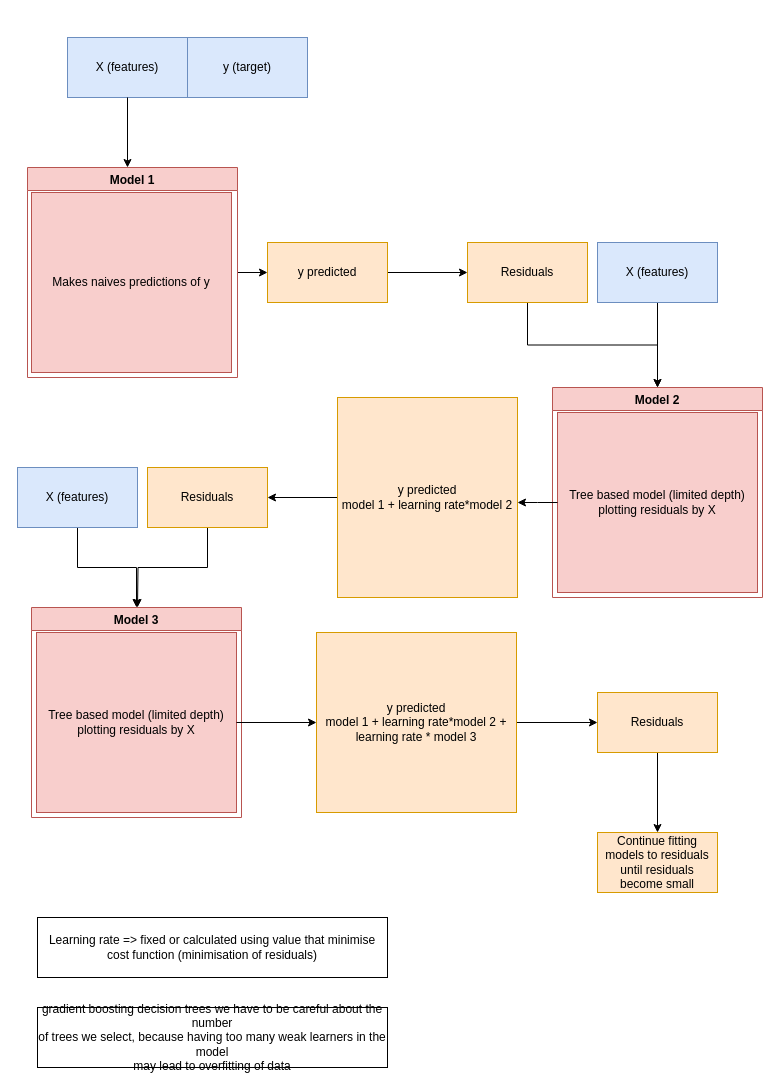
Above: boosting.drawio in RaphaelBouvet/memos_ml (draw.io), before the change. Source tidied: cells renumbered, new cells numbered last; positions are measured from the earlier drawing's top-left corner, leaving out a move shared by most shapes. Both pictures are drawn from the tidied source at 100%, with x=0, y=0 at pixel (17, 37).
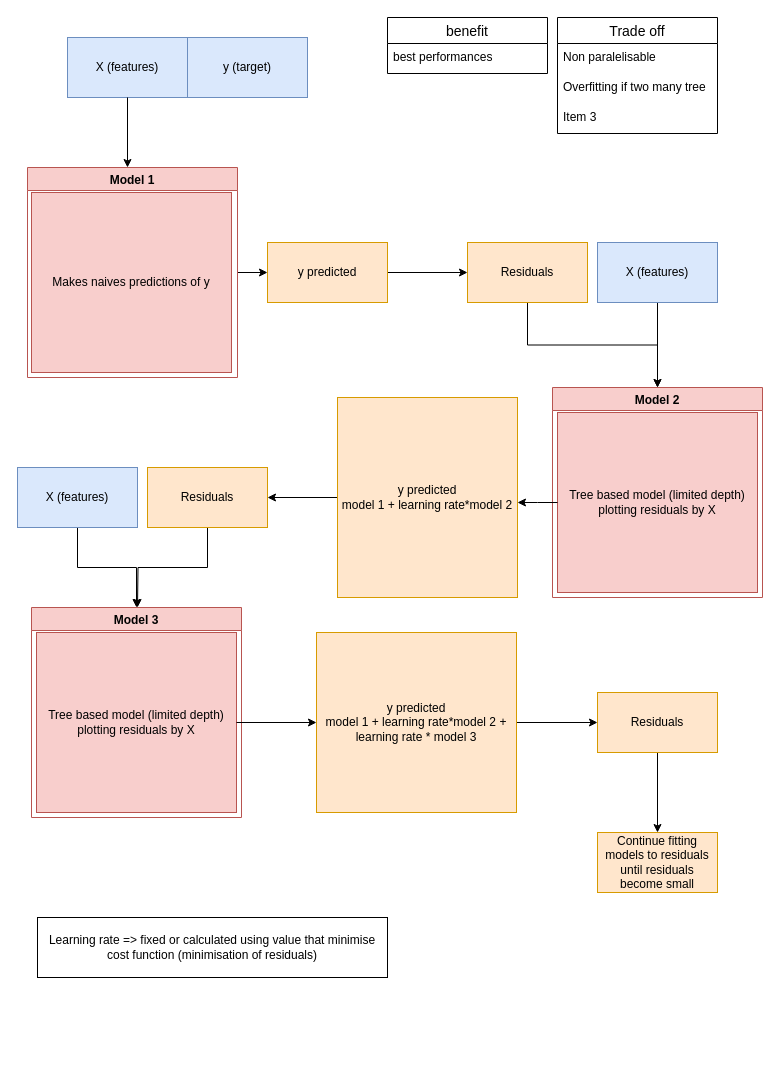
Above is the later version.

Diff of the diagram source:
```diff
@@
-    <mxCell id="32" value="gradient boosting decision trees we have to be careful about the number &lt;br/&gt;of trees we select, because having too many weak learners in the model &lt;br/&gt;may lead to overfitting of data" style="rounded=0;whiteSpace=wrap;html=1;" parent="1" vertex="1">
-      <mxGeometry x="20" y="970" width="350" height="60" as="geometry" />
-    </mxCell>
+    <mxCell id="33" value="benefit" style="swimlane;fontStyle=0;horizontal=1;startSize=26;align=center;fontSize=14;" parent="1" vertex="1">
+      <mxGeometry x="370" y="-20" width="160" height="56" as="geometry" />
+    </mxCell>
+    <mxCell id="34" value="best performances" style="text;strokeColor=none;fillColor=none;spacingLeft=4;spacingRight=4;overflow=hidden;fontSize=12;" parent="33" vertex="1">
+      <mxGeometry y="26" width="160" height="30" as="geometry" />
+    </mxCell>
+    <mxCell id="35" value="Trade off" style="swimlane;fontStyle=0;horizontal=1;startSize=26;align=center;fontSize=14;" parent="1" vertex="1">
+      <mxGeometry x="540" y="-20" width="160" height="116" as="geometry" />
+    </mxCell>
+    <mxCell id="36" value="Non paralelisable" style="text;strokeColor=none;fillColor=none;spacingLeft=4;spacingRight=4;overflow=hidden;fontSize=12;" parent="35" vertex="1">
+      <mxGeometry y="26" width="160" height="30" as="geometry" />
+    </mxCell>
+    <mxCell id="37" value="Overfitting if two many tree&#10;" style="text;strokeColor=none;fillColor=none;spacingLeft=4;spacingRight=4;overflow=hidden;fontSize=12;" parent="35" vertex="1">
+      <mxGeometry y="56" width="160" height="30" as="geometry" />
+    </mxCell>
+    <mxCell id="38" value="Item 3" style="text;strokeColor=none;fillColor=none;spacingLeft=4;spacingRight=4;overflow=hidden;fontSize=12;" parent="35" vertex="1">
+      <mxGeometry y="86" width="160" height="30" as="geometry" />
+    </mxCell>
```
